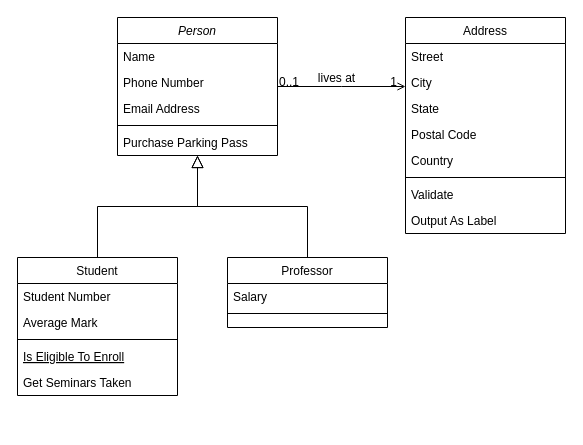
This is design/diagrams/use case/Untitled Diagram.drawio from velislav19407/Airline-ticket-Management-System, a draw.io file, before an edit. Source tidied: cells renumbered, new cells numbered last; positions are measured from the earlier drawing's top-left corner, leaving out a move shared by most shapes. Both pictures are drawn from the tidied source at 100%, with x=0, y=0 at pixel (17, 17).
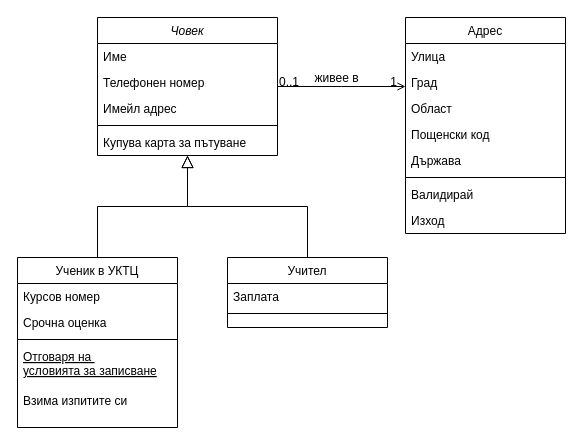
After the change.

The change refers to these unchanged cells:
```xml
<mxCell id="28" style="endArrow=open;shadow=0;strokeWidth=1;rounded=0;endFill=1;edgeStyle=elbowEdgeStyle;elbow=vertical;" parent="1" edge="1" source="2" target="19">
  <mxGeometry x="0.5" y="41" relative="1" as="geometry">
    <mxPoint x="-40" y="32" as="offset" />
  </mxGeometry>
</mxCell>
```

Change to the diagram source:
```diff
@@
-    <mxCell id="2" value="Person" style="swimlane;fontStyle=2;align=center;verticalAlign=top;horizontal=1;startSize=26;rounded=0;shadow=0;strokeWidth=1;" parent="1" vertex="1">
-      <mxGeometry x="100" width="160" height="138" as="geometry" />
+    <mxCell id="2" value="Човек" style="swimlane;fontStyle=2;align=center;verticalAlign=top;horizontal=1;startSize=26;rounded=0;shadow=0;strokeWidth=1;" parent="1" vertex="1">
+      <mxGeometry x="80" width="180" height="138" as="geometry" />
     </mxCell>
-    <mxCell id="3" value="Name" style="text;align=left;verticalAlign=top;spacingLeft=4;spacingRight=4;overflow=hidden;" parent="2" vertex="1">
-      <mxGeometry y="26" width="160" height="26" as="geometry" />
+    <mxCell id="3" value="Име" style="text;align=left;verticalAlign=top;spacingLeft=4;spacingRight=4;overflow=hidden;" parent="2" vertex="1">
+      <mxGeometry y="26" width="180" height="26" as="geometry" />
     </mxCell>
-    <mxCell id="4" value="Phone Number" style="text;align=left;verticalAlign=top;spacingLeft=4;spacingRight=4;overflow=hidden;rounded=0;shadow=0;html=0;" parent="2" vertex="1">
-      <mxGeometry y="52" width="160" height="26" as="geometry" />
+    <mxCell id="4" value="Телефонен номер" style="text;align=left;verticalAlign=top;spacingLeft=4;spacingRight=4;overflow=hidden;rounded=0;shadow=0;html=0;" parent="2" vertex="1">
+      <mxGeometry y="52" width="180" height="26" as="geometry" />
     </mxCell>
-    <mxCell id="5" value="Email Address" style="text;align=left;verticalAlign=top;spacingLeft=4;spacingRight=4;overflow=hidden;rounded=0;shadow=0;html=0;" parent="2" vertex="1">
-      <mxGeometry y="78" width="160" height="26" as="geometry" />
+    <mxCell id="5" value="Имейл адрес" style="text;align=left;verticalAlign=top;spacingLeft=4;spacingRight=4;overflow=hidden;rounded=0;shadow=0;html=0;" parent="2" vertex="1">
+      <mxGeometry y="78" width="180" height="26" as="geometry" />
     </mxCell>
     <mxCell id="6" style="line;html=1;strokeWidth=1;align=left;verticalAlign=middle;spacingTop=-1;spacingLeft=3;spacingRight=3;labelPosition=right;" parent="2" vertex="1">
-      <mxGeometry y="104" width="160" height="8" as="geometry" />
+      <mxGeometry y="104" width="180" height="8" as="geometry" />
     </mxCell>
-    <mxCell id="7" value="Purchase Parking Pass" style="text;align=left;verticalAlign=top;spacingLeft=4;spacingRight=4;overflow=hidden;" parent="2" vertex="1">
-      <mxGeometry y="112" width="160" height="26" as="geometry" />
+    <mxCell id="7" value="Купува карта за пътуване" style="text;align=left;verticalAlign=top;spacingLeft=4;spacingRight=4;overflow=hidden;" parent="2" vertex="1">
+      <mxGeometry y="112" width="180" height="26" as="geometry" />
     </mxCell>
-    <mxCell id="8" value="Student" style="swimlane;fontStyle=0;align=center;verticalAlign=top;horizontal=1;startSize=26;rounded=0;shadow=0;strokeWidth=1;" parent="1" vertex="1">
-      <mxGeometry y="240" width="160" height="138" as="geometry" />
+    <mxCell id="8" value="Ученик в УКТЦ" style="swimlane;fontStyle=0;align=center;verticalAlign=top;horizontal=1;startSize=26;rounded=0;shadow=0;strokeWidth=1;" parent="1" vertex="1">
+      <mxGeometry y="240" width="160" height="170" as="geometry" />
     </mxCell>
-    <mxCell id="9" value="Student Number" style="text;align=left;verticalAlign=top;spacingLeft=4;spacingRight=4;overflow=hidden;" parent="8" vertex="1">
+    <mxCell id="9" value="Курсов номер" style="text;align=left;verticalAlign=top;spacingLeft=4;spacingRight=4;overflow=hidden;" parent="8" vertex="1">
       <mxGeometry y="26" width="160" height="26" as="geometry" />
     </mxCell>
-    <mxCell id="10" value="Average Mark" style="text;align=left;verticalAlign=top;spacingLeft=4;spacingRight=4;overflow=hidden;rounded=0;shadow=0;html=0;" parent="8" vertex="1">
+    <mxCell id="10" value="Срочна оценка" style="text;align=left;verticalAlign=top;spacingLeft=4;spacingRight=4;overflow=hidden;rounded=0;shadow=0;html=0;" parent="8" vertex="1">
       <mxGeometry y="52" width="160" height="26" as="geometry" />
     </mxCell>
@@
-    <mxCell id="12" value="Is Eligible To Enroll" style="text;align=left;verticalAlign=top;spacingLeft=4;spacingRight=4;overflow=hidden;fontStyle=4;" parent="8" vertex="1">
-      <mxGeometry y="86" width="160" height="26" as="geometry" />
+    <mxCell id="12" value="Отговаря на &#10;условията за записване" style="text;align=left;verticalAlign=top;spacingLeft=4;spacingRight=4;overflow=hidden;fontStyle=4;" parent="8" vertex="1">
+      <mxGeometry y="86" width="160" height="44" as="geometry" />
     </mxCell>
-    <mxCell id="13" value="Get Seminars Taken" style="text;align=left;verticalAlign=top;spacingLeft=4;spacingRight=4;overflow=hidden;" parent="8" vertex="1">
-      <mxGeometry y="112" width="160" height="26" as="geometry" />
+    <mxCell id="13" value="Взима изпитите си" style="text;align=left;verticalAlign=top;spacingLeft=4;spacingRight=4;overflow=hidden;" parent="8" vertex="1">
+      <mxGeometry y="130" width="160" height="30" as="geometry" />
     </mxCell>
@@
-    <mxCell id="15" value="Professor" style="swimlane;fontStyle=0;align=center;verticalAlign=top;horizontal=1;startSize=26;rounded=0;shadow=0;strokeWidth=1;" parent="1" vertex="1">
+    <mxCell id="15" value="Учител" style="swimlane;fontStyle=0;align=center;verticalAlign=top;horizontal=1;startSize=26;rounded=0;shadow=0;strokeWidth=1;" parent="1" vertex="1">
       <mxGeometry x="210" y="240" width="160" height="70" as="geometry" />
     </mxCell>
-    <mxCell id="16" value="Salary" style="text;align=left;verticalAlign=top;spacingLeft=4;spacingRight=4;overflow=hidden;" parent="15" vertex="1">
+    <mxCell id="16" value="Заплата" style="text;align=left;verticalAlign=top;spacingLeft=4;spacingRight=4;overflow=hidden;" parent="15" vertex="1">
       <mxGeometry y="26" width="160" height="26" as="geometry" />
     </mxCell>
@@
-    <mxCell id="19" value="Address" style="swimlane;fontStyle=0;align=center;verticalAlign=top;horizontal=1;startSize=26;rounded=0;shadow=0;strokeWidth=1;" parent="1" vertex="1">
+    <mxCell id="19" value="Адрес" style="swimlane;fontStyle=0;align=center;verticalAlign=top;horizontal=1;startSize=26;rounded=0;shadow=0;strokeWidth=1;" parent="1" vertex="1">
       <mxGeometry x="388" width="160" height="216" as="geometry" />
     </mxCell>
-    <mxCell id="20" value="Street" style="text;align=left;verticalAlign=top;spacingLeft=4;spacingRight=4;overflow=hidden;" parent="19" vertex="1">
+    <mxCell id="20" value="Улица" style="text;align=left;verticalAlign=top;spacingLeft=4;spacingRight=4;overflow=hidden;" parent="19" vertex="1">
       <mxGeometry y="26" width="160" height="26" as="geometry" />
     </mxCell>
-    <mxCell id="21" value="City" style="text;align=left;verticalAlign=top;spacingLeft=4;spacingRight=4;overflow=hidden;rounded=0;shadow=0;html=0;" parent="19" vertex="1">
+    <mxCell id="21" value="Град" style="text;align=left;verticalAlign=top;spacingLeft=4;spacingRight=4;overflow=hidden;rounded=0;shadow=0;html=0;" parent="19" vertex="1">
       <mxGeometry y="52" width="160" height="26" as="geometry" />
     </mxCell>
-    <mxCell id="22" value="State" style="text;align=left;verticalAlign=top;spacingLeft=4;spacingRight=4;overflow=hidden;rounded=0;shadow=0;html=0;" parent="19" vertex="1">
+    <mxCell id="22" value="Област" style="text;align=left;verticalAlign=top;spacingLeft=4;spacingRight=4;overflow=hidden;rounded=0;shadow=0;html=0;" parent="19" vertex="1">
       <mxGeometry y="78" width="160" height="26" as="geometry" />
     </mxCell>
-    <mxCell id="23" value="Postal Code" style="text;align=left;verticalAlign=top;spacingLeft=4;spacingRight=4;overflow=hidden;rounded=0;shadow=0;html=0;" parent="19" vertex="1">
+    <mxCell id="23" value="Пощенски код" style="text;align=left;verticalAlign=top;spacingLeft=4;spacingRight=4;overflow=hidden;rounded=0;shadow=0;html=0;" parent="19" vertex="1">
       <mxGeometry y="104" width="160" height="26" as="geometry" />
     </mxCell>
-    <mxCell id="24" value="Country" style="text;align=left;verticalAlign=top;spacingLeft=4;spacingRight=4;overflow=hidden;rounded=0;shadow=0;html=0;" parent="19" vertex="1">
+    <mxCell id="24" value="Държава" style="text;align=left;verticalAlign=top;spacingLeft=4;spacingRight=4;overflow=hidden;rounded=0;shadow=0;html=0;" parent="19" vertex="1">
       <mxGeometry y="130" width="160" height="26" as="geometry" />
     </mxCell>
@@
-    <mxCell id="26" value="Validate" style="text;align=left;verticalAlign=top;spacingLeft=4;spacingRight=4;overflow=hidden;" parent="19" vertex="1">
+    <mxCell id="26" value="Валидирай" style="text;align=left;verticalAlign=top;spacingLeft=4;spacingRight=4;overflow=hidden;" parent="19" vertex="1">
       <mxGeometry y="164" width="160" height="26" as="geometry" />
     </mxCell>
-    <mxCell id="27" value="Output As Label" style="text;align=left;verticalAlign=top;spacingLeft=4;spacingRight=4;overflow=hidden;" parent="19" vertex="1">
+    <mxCell id="27" value="Изход" style="text;align=left;verticalAlign=top;spacingLeft=4;spacingRight=4;overflow=hidden;" parent="19" vertex="1">
       <mxGeometry y="190" width="160" height="26" as="geometry" />
     </mxCell>
@@
-    <mxCell id="31" value="lives at" style="text;html=1;align=center;verticalAlign=middle;labelBackgroundColor=none;rounded=0;shadow=0;strokeWidth=1;fontSize=12;" parent="28" vertex="1">
+    <mxCell id="31" value="живее в" style="text;html=1;align=center;verticalAlign=middle;labelBackgroundColor=none;rounded=0;shadow=0;strokeWidth=1;fontSize=12;" parent="28" vertex="1">
       <mxGeometry x="0.5" y="49" relative="1" as="geometry">
         <mxPoint x="-38" y="40" as="offset" />
       </mxGeometry>
     </mxCell>
```
